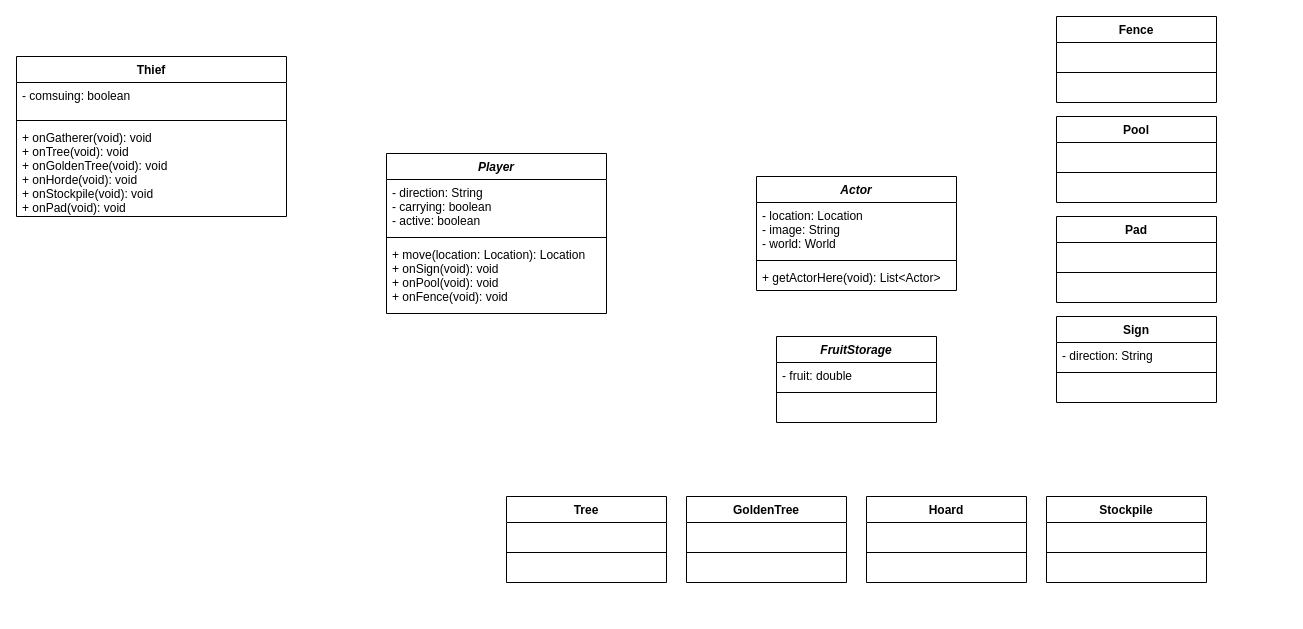
Before: project2A.drawio in li000839/objectOrientedSoftwareDevelopment, a draw.io diagram. Source tidied: cells renumbered, new cells numbered last; positions are measured from the earlier drawing's top-left corner, leaving out a move shared by most shapes. Both pictures are drawn from the tidied source at 100%, with x=0, y=0 at pixel (16, 16).
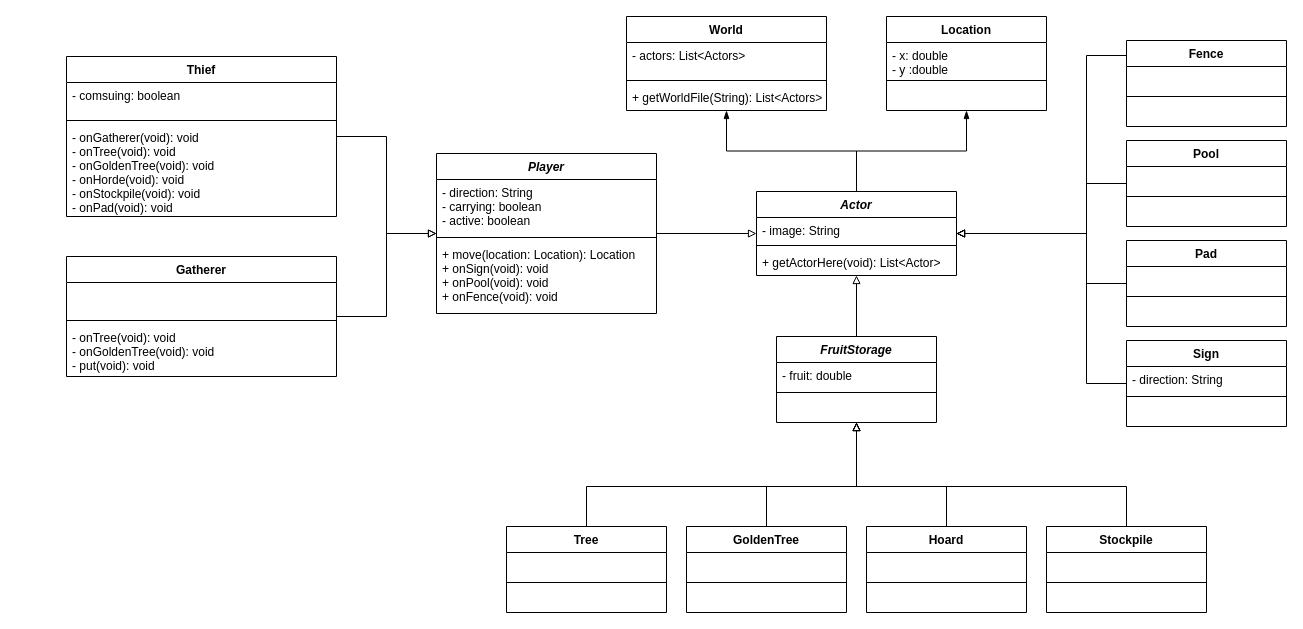
After the change.

The change refers to these unchanged cells:
```xml
<mxCell id="7" value=" " style="text;strokeColor=none;fillColor=none;align=left;verticalAlign=top;spacingLeft=4;spacingRight=4;overflow=hidden;points=[[0,0.5],[1,0.5]];portConstraint=eastwest;" parent="6" vertex="1">
  <mxGeometry y="26" width="160" height="26" as="geometry" />
</mxCell>
```

Diff of the diagram source:
```diff
@@
-    <mxCell id="2" value="Actor" style="swimlane;fontStyle=3;align=center;verticalAlign=top;horizontal=1;startSize=26;" parent="1" vertex="1">
-      <mxGeometry x="740" y="160" width="200" height="114" as="geometry" />
-    </mxCell>
-    <mxCell id="3" value="- location: Location&#10;- image: String&#10;- world: World" style="text;strokeColor=none;fillColor=none;align=left;verticalAlign=top;spacingLeft=4;spacingRight=4;overflow=hidden;" parent="2" vertex="1">
-      <mxGeometry y="26" width="200" height="54" as="geometry" />
-    </mxCell>
-    <mxCell id="4" style="line;strokeWidth=1;fillColor=none;align=left;verticalAlign=middle;spacingTop=-1;spacingLeft=3;spacingRight=3;labelPosition=right;" parent="2" vertex="1">
-      <mxGeometry y="80" width="200" height="8" as="geometry" />
-    </mxCell>
-    <mxCell id="5" value="+ getActorHere(void): List&lt;Actor&gt; " style="text;strokeColor=none;fillColor=none;align=left;verticalAlign=top;spacingLeft=4;spacingRight=4;overflow=hidden;" parent="2" vertex="1">
-      <mxGeometry y="88" width="200" height="26" as="geometry" />
-    </mxCell>
+    <mxCell id="50" style="edgeStyle=orthogonalEdgeStyle;rounded=0;jettySize=auto;html=1;endArrow=blockThin;endFill=1;" parent="1" edge="1" source="2" target="72">
+      <mxGeometry relative="1" as="geometry" />
+    </mxCell>
+    <mxCell id="51" style="edgeStyle=orthogonalEdgeStyle;rounded=0;jettySize=auto;html=1;endArrow=blockThin;endFill=1;" parent="1" edge="1" source="2" target="61">
+      <mxGeometry relative="1" as="geometry" />
+    </mxCell>
+    <mxCell id="52" style="edgeStyle=orthogonalEdgeStyle;rounded=0;jettySize=auto;html=1;endArrow=block;endFill=0;" parent="1" edge="1" source="26" target="38">
+      <mxGeometry relative="1" as="geometry">
+        <Array as="points">
+          <mxPoint x="570" y="470" />
+          <mxPoint x="840" y="470" />
+        </Array>
+      </mxGeometry>
+    </mxCell>
+    <mxCell id="53" style="edgeStyle=orthogonalEdgeStyle;rounded=0;jettySize=auto;html=1;endArrow=block;endFill=0;" parent="1" edge="1" source="38" target="2">
+      <mxGeometry relative="1" as="geometry" />
+    </mxCell>
+    <mxCell id="38" value="FruitStorage" style="swimlane;fontStyle=3;align=center;verticalAlign=top;horizontal=1;startSize=26;" parent="1" vertex="1">
+      <mxGeometry x="760" y="320" width="160" height="86" as="geometry" />
+    </mxCell>
+    <mxCell id="39" value="- fruit: double" style="text;strokeColor=none;fillColor=none;align=left;verticalAlign=top;spacingLeft=4;spacingRight=4;overflow=hidden;" parent="38" vertex="1">
+      <mxGeometry y="26" width="160" height="26" as="geometry" />
+    </mxCell>
+    <mxCell id="40" style="line;strokeWidth=1;fillColor=none;align=left;verticalAlign=middle;spacingTop=-1;spacingLeft=3;spacingRight=3;labelPosition=right;" parent="38" vertex="1">
+      <mxGeometry y="52" width="160" height="8" as="geometry" />
+    </mxCell>
+    <mxCell id="41" value=" " style="text;strokeColor=none;fillColor=none;align=left;verticalAlign=top;spacingLeft=4;spacingRight=4;overflow=hidden;" parent="38" vertex="1">
+      <mxGeometry y="60" width="160" height="26" as="geometry" />
+    </mxCell>
+    <mxCell id="54" style="edgeStyle=orthogonalEdgeStyle;rounded=0;jettySize=auto;html=1;endArrow=block;endFill=0;" parent="1" edge="1" source="46" target="2">
+      <mxGeometry relative="1" as="geometry" />
+    </mxCell>
+    <mxCell id="55" style="edgeStyle=orthogonalEdgeStyle;rounded=0;jettySize=auto;html=1;endArrow=block;endFill=0;" parent="1" edge="1" source="42" target="46">
+      <mxGeometry relative="1" as="geometry" />
+    </mxCell>
+    <mxCell id="42" value="Thief" style="swimlane;fontStyle=1;align=center;verticalAlign=top;horizontal=1;startSize=26;" parent="1" vertex="1">
+      <mxGeometry x="50" y="40" width="270" height="160" as="geometry" />
+    </mxCell>
+    <mxCell id="43" value="- comsuing: boolean" style="text;strokeColor=none;fillColor=none;align=left;verticalAlign=top;spacingLeft=4;spacingRight=4;overflow=hidden;" parent="42" vertex="1">
+      <mxGeometry y="26" width="270" height="34" as="geometry" />
+    </mxCell>
+    <mxCell id="44" style="line;strokeWidth=1;fillColor=none;align=left;verticalAlign=middle;spacingTop=-1;spacingLeft=3;spacingRight=3;labelPosition=right;" parent="42" vertex="1">
+      <mxGeometry y="60" width="270" height="8" as="geometry" />
+    </mxCell>
+    <mxCell id="45" value="- onGatherer(void): void&#10;- onTree(void): void&#10;- onGoldenTree(void): void&#10;- onHorde(void): void&#10;- onStockpile(void): void&#10;- onPad(void): void  " style="text;strokeColor=none;fillColor=none;align=left;verticalAlign=top;spacingLeft=4;spacingRight=4;overflow=hidden;" parent="42" vertex="1">
+      <mxGeometry y="68" width="270" height="92" as="geometry" />
+    </mxCell>
+    <mxCell id="56" style="edgeStyle=orthogonalEdgeStyle;rounded=0;jettySize=auto;html=1;endArrow=block;endFill=0;" parent="1" edge="1" source="57" target="46">
+      <mxGeometry relative="1" as="geometry" />
+    </mxCell>
+    <mxCell id="57" value="Gatherer" style="swimlane;fontStyle=1;align=center;verticalAlign=top;horizontal=1;startSize=26;" parent="1" vertex="1">
+      <mxGeometry x="50" y="240" width="270" height="120" as="geometry" />
+    </mxCell>
+    <mxCell id="58" value=" " style="text;strokeColor=none;fillColor=none;align=left;verticalAlign=top;spacingLeft=4;spacingRight=4;overflow=hidden;" parent="57" vertex="1">
+      <mxGeometry y="26" width="270" height="34" as="geometry" />
+    </mxCell>
+    <mxCell id="59" style="line;strokeWidth=1;fillColor=none;align=left;verticalAlign=middle;spacingTop=-1;spacingLeft=3;spacingRight=3;labelPosition=right;" parent="57" vertex="1">
+      <mxGeometry y="60" width="270" height="8" as="geometry" />
+    </mxCell>
+    <mxCell id="60" value="- onTree(void): void&#10;- onGoldenTree(void): void&#10;- put(void): void" style="text;strokeColor=none;fillColor=none;align=left;verticalAlign=top;spacingLeft=4;spacingRight=4;overflow=hidden;" parent="57" vertex="1">
+      <mxGeometry y="68" width="270" height="52" as="geometry" />
+    </mxCell>
+    <mxCell id="61" value="World" style="swimlane;fontStyle=1;align=center;verticalAlign=top;horizontal=1;startSize=26;" parent="1" vertex="1">
+      <mxGeometry x="610" width="200" height="94" as="geometry" />
+    </mxCell>
+    <mxCell id="62" value="- actors: List&lt;Actors&gt;" style="text;strokeColor=none;fillColor=none;align=left;verticalAlign=top;spacingLeft=4;spacingRight=4;overflow=hidden;" parent="61" vertex="1">
+      <mxGeometry y="26" width="200" height="34" as="geometry" />
+    </mxCell>
+    <mxCell id="63" style="line;strokeWidth=1;fillColor=none;align=left;verticalAlign=middle;spacingTop=-1;spacingLeft=3;spacingRight=3;labelPosition=right;" parent="61" vertex="1">
+      <mxGeometry y="60" width="200" height="8" as="geometry" />
+    </mxCell>
+    <mxCell id="64" value="+ getWorldFile(String): List&lt;Actors&gt;" style="text;strokeColor=none;fillColor=none;align=left;verticalAlign=top;spacingLeft=4;spacingRight=4;overflow=hidden;" parent="61" vertex="1">
+      <mxGeometry y="68" width="200" height="26" as="geometry" />
+    </mxCell>
+    <mxCell id="65" style="edgeStyle=orthogonalEdgeStyle;rounded=0;jettySize=auto;html=1;endArrow=block;endFill=0;" parent="1" edge="1" source="7" target="2">
+      <mxGeometry relative="1" as="geometry">
+        <Array as="points">
+          <mxPoint x="1190" y="39" />
+          <mxPoint x="1070" y="39" />
+          <mxPoint x="1070" y="217" />
+        </Array>
+      </mxGeometry>
+    </mxCell>
     <mxCell id="6" value="Fence" style="swimlane;fontStyle=1;align=center;verticalAlign=top;horizontal=1;startSize=26;" parent="1" vertex="1">
-      <mxGeometry x="1040" width="160" height="86" as="geometry" />
+      <mxGeometry x="1110" y="24" width="160" height="86" as="geometry" />
     </mxCell>
@@
+    <mxCell id="66" style="edgeStyle=orthogonalEdgeStyle;rounded=0;jettySize=auto;html=1;endArrow=block;endFill=0;" parent="1" edge="1" source="10" target="2">
+      <mxGeometry relative="1" as="geometry">
+        <Array as="points">
+          <mxPoint x="1070" y="167" />
+          <mxPoint x="1070" y="217" />
+        </Array>
+      </mxGeometry>
+    </mxCell>
     <mxCell id="10" value="Pool" style="swimlane;fontStyle=1;align=center;verticalAlign=top;horizontal=1;startSize=26;" parent="1" vertex="1">
-      <mxGeometry x="1040" y="100" width="160" height="86" as="geometry" />
+      <mxGeometry x="1110" y="124" width="160" height="86" as="geometry" />
     </mxCell>
@@
+    <mxCell id="67" style="edgeStyle=orthogonalEdgeStyle;rounded=0;jettySize=auto;html=1;endArrow=block;endFill=0;" parent="1" edge="1" source="14" target="2">
+      <mxGeometry relative="1" as="geometry">
+        <Array as="points">
+          <mxPoint x="1070" y="267" />
+          <mxPoint x="1070" y="217" />
+        </Array>
+      </mxGeometry>
+    </mxCell>
     <mxCell id="14" value="Pad" style="swimlane;fontStyle=1;align=center;verticalAlign=top;horizontal=1;startSize=26;" parent="1" vertex="1">
-      <mxGeometry x="1040" y="200" width="160" height="86" as="geometry" />
+      <mxGeometry x="1110" y="224" width="160" height="86" as="geometry" />
     </mxCell>
@@
+    <mxCell id="68" style="edgeStyle=orthogonalEdgeStyle;rounded=0;jettySize=auto;html=1;endArrow=block;endFill=0;" parent="1" edge="1" source="34" target="2">
+      <mxGeometry relative="1" as="geometry">
+        <Array as="points">
+          <mxPoint x="1070" y="367" />
+          <mxPoint x="1070" y="217" />
+        </Array>
+      </mxGeometry>
+    </mxCell>
+    <mxCell id="34" value="Sign" style="swimlane;fontStyle=1;align=center;verticalAlign=top;horizontal=1;startSize=26;" parent="1" vertex="1">
+      <mxGeometry x="1110" y="324" width="160" height="86" as="geometry" />
+    </mxCell>
+    <mxCell id="35" value="- direction: String" style="text;strokeColor=none;fillColor=none;align=left;verticalAlign=top;spacingLeft=4;spacingRight=4;overflow=hidden;" parent="34" vertex="1">
+      <mxGeometry y="26" width="160" height="26" as="geometry" />
+    </mxCell>
+    <mxCell id="36" style="line;strokeWidth=1;fillColor=none;align=left;verticalAlign=middle;spacingTop=-1;spacingLeft=3;spacingRight=3;labelPosition=right;" parent="34" vertex="1">
+      <mxGeometry y="52" width="160" height="8" as="geometry" />
+    </mxCell>
+    <mxCell id="37" value=" " style="text;strokeColor=none;fillColor=none;align=left;verticalAlign=top;spacingLeft=4;spacingRight=4;overflow=hidden;" parent="34" vertex="1">
+      <mxGeometry y="60" width="160" height="26" as="geometry" />
+    </mxCell>
+    <mxCell id="69" style="edgeStyle=orthogonalEdgeStyle;rounded=0;jettySize=auto;html=1;endArrow=block;endFill=0;" parent="1" edge="1" source="18" target="38">
+      <mxGeometry relative="1" as="geometry">
+        <Array as="points">
+          <mxPoint x="930" y="470" />
+          <mxPoint x="840" y="470" />
+        </Array>
+      </mxGeometry>
+    </mxCell>
     <mxCell id="18" value="Hoard" style="swimlane;fontStyle=1;align=center;verticalAlign=top;horizontal=1;startSize=26;" parent="1" vertex="1">
-      <mxGeometry x="850" y="480" width="160" height="86" as="geometry" />
+      <mxGeometry x="850" y="510" width="160" height="86" as="geometry" />
     </mxCell>
@@
+    <mxCell id="70" style="edgeStyle=orthogonalEdgeStyle;rounded=0;jettySize=auto;html=1;endArrow=block;endFill=0;" parent="1" edge="1" source="22" target="38">
+      <mxGeometry relative="1" as="geometry">
+        <Array as="points">
+          <mxPoint x="750" y="470" />
+          <mxPoint x="840" y="470" />
+        </Array>
+      </mxGeometry>
+    </mxCell>
     <mxCell id="22" value="GoldenTree" style="swimlane;fontStyle=1;align=center;verticalAlign=top;horizontal=1;startSize=26;" parent="1" vertex="1">
-      <mxGeometry x="670" y="480" width="160" height="86" as="geometry" />
+      <mxGeometry x="670" y="510" width="160" height="86" as="geometry" />
     </mxCell>
@@
     <mxCell id="26" value="Tree" style="swimlane;fontStyle=1;align=center;verticalAlign=top;horizontal=1;startSize=26;" parent="1" vertex="1">
-      <mxGeometry x="490" y="480" width="160" height="86" as="geometry" />
+      <mxGeometry x="490" y="510" width="160" height="86" as="geometry" />
     </mxCell>
@@
+    <mxCell id="71" style="edgeStyle=orthogonalEdgeStyle;rounded=0;jettySize=auto;html=1;endArrow=block;endFill=0;" parent="1" edge="1" source="30" target="38">
+      <mxGeometry relative="1" as="geometry">
+        <Array as="points">
+          <mxPoint x="1110" y="470" />
+          <mxPoint x="840" y="470" />
+        </Array>
+      </mxGeometry>
+    </mxCell>
     <mxCell id="30" value="Stockpile" style="swimlane;fontStyle=1;align=center;verticalAlign=top;horizontal=1;startSize=26;" parent="1" vertex="1">
-      <mxGeometry x="1030" y="480" width="160" height="86" as="geometry" />
+      <mxGeometry x="1030" y="510" width="160" height="86" as="geometry" />
     </mxCell>
@@
-    <mxCell id="34" value="Sign" style="swimlane;fontStyle=1;align=center;verticalAlign=top;horizontal=1;startSize=26;" parent="1" vertex="1">
-      <mxGeometry x="1040" y="300" width="160" height="86" as="geometry" />
-    </mxCell>
-    <mxCell id="35" value="- direction: String" style="text;strokeColor=none;fillColor=none;align=left;verticalAlign=top;spacingLeft=4;spacingRight=4;overflow=hidden;" parent="34" vertex="1">
-      <mxGeometry y="26" width="160" height="26" as="geometry" />
-    </mxCell>
-    <mxCell id="36" style="line;strokeWidth=1;fillColor=none;align=left;verticalAlign=middle;spacingTop=-1;spacingLeft=3;spacingRight=3;labelPosition=right;" parent="34" vertex="1">
-      <mxGeometry y="52" width="160" height="8" as="geometry" />
-    </mxCell>
-    <mxCell id="37" value=" " style="text;strokeColor=none;fillColor=none;align=left;verticalAlign=top;spacingLeft=4;spacingRight=4;overflow=hidden;" parent="34" vertex="1">
-      <mxGeometry y="60" width="160" height="26" as="geometry" />
-    </mxCell>
-    <mxCell id="38" value="FruitStorage" style="swimlane;fontStyle=3;align=center;verticalAlign=top;horizontal=1;startSize=26;" parent="1" vertex="1">
-      <mxGeometry x="760" y="320" width="160" height="86" as="geometry" />
-    </mxCell>
-    <mxCell id="39" value="- fruit: double" style="text;strokeColor=none;fillColor=none;align=left;verticalAlign=top;spacingLeft=4;spacingRight=4;overflow=hidden;" parent="38" vertex="1">
-      <mxGeometry y="26" width="160" height="26" as="geometry" />
-    </mxCell>
-    <mxCell id="40" style="line;strokeWidth=1;fillColor=none;align=left;verticalAlign=middle;spacingTop=-1;spacingLeft=3;spacingRight=3;labelPosition=right;" parent="38" vertex="1">
-      <mxGeometry y="52" width="160" height="8" as="geometry" />
-    </mxCell>
-    <mxCell id="41" value=" " style="text;strokeColor=none;fillColor=none;align=left;verticalAlign=top;spacingLeft=4;spacingRight=4;overflow=hidden;" parent="38" vertex="1">
-      <mxGeometry y="60" width="160" height="26" as="geometry" />
-    </mxCell>
-    <mxCell id="42" value="Thief" style="swimlane;fontStyle=1;align=center;verticalAlign=top;horizontal=1;startSize=26;" parent="1" vertex="1">
-      <mxGeometry y="40" width="270" height="160" as="geometry" />
-    </mxCell>
-    <mxCell id="43" value="- comsuing: boolean" style="text;strokeColor=none;fillColor=none;align=left;verticalAlign=top;spacingLeft=4;spacingRight=4;overflow=hidden;" parent="42" vertex="1">
-      <mxGeometry y="26" width="270" height="34" as="geometry" />
-    </mxCell>
-    <mxCell id="44" style="line;strokeWidth=1;fillColor=none;align=left;verticalAlign=middle;spacingTop=-1;spacingLeft=3;spacingRight=3;labelPosition=right;" parent="42" vertex="1">
-      <mxGeometry y="60" width="270" height="8" as="geometry" />
-    </mxCell>
-    <mxCell id="45" value="+ onGatherer(void): void&#10;+ onTree(void): void&#10;+ onGoldenTree(void): void&#10;+ onHorde(void): void&#10;+ onStockpile(void): void&#10;+ onPad(void): void  " style="text;strokeColor=none;fillColor=none;align=left;verticalAlign=top;spacingLeft=4;spacingRight=4;overflow=hidden;" parent="42" vertex="1">
-      <mxGeometry y="68" width="270" height="92" as="geometry" />
-    </mxCell>
     <mxCell id="46" value="Player" style="swimlane;fontStyle=3;align=center;verticalAlign=top;horizontal=1;startSize=26;" parent="1" vertex="1">
-      <mxGeometry x="370" y="137" width="220" height="160" as="geometry" />
+      <mxGeometry x="420" y="137" width="220" height="160" as="geometry" />
     </mxCell>
@@
+    <mxCell id="2" value="Actor" style="swimlane;fontStyle=3;align=center;verticalAlign=top;horizontal=1;startSize=26;" parent="1" vertex="1">
+      <mxGeometry x="740" y="175" width="200" height="84" as="geometry" />
+    </mxCell>
+    <mxCell id="3" value="- image: String" style="text;strokeColor=none;fillColor=none;align=left;verticalAlign=top;spacingLeft=4;spacingRight=4;overflow=hidden;" parent="2" vertex="1">
+      <mxGeometry y="26" width="200" height="24" as="geometry" />
+    </mxCell>
+    <mxCell id="4" style="line;strokeWidth=1;fillColor=none;align=left;verticalAlign=middle;spacingTop=-1;spacingLeft=3;spacingRight=3;labelPosition=right;" parent="2" vertex="1">
+      <mxGeometry y="50" width="200" height="8" as="geometry" />
+    </mxCell>
+    <mxCell id="5" value="+ getActorHere(void): List&lt;Actor&gt; " style="text;strokeColor=none;fillColor=none;align=left;verticalAlign=top;spacingLeft=4;spacingRight=4;overflow=hidden;" parent="2" vertex="1">
+      <mxGeometry y="58" width="200" height="26" as="geometry" />
+    </mxCell>
+    <mxCell id="72" value="Location" style="swimlane;fontStyle=1;align=center;verticalAlign=top;horizontal=1;startSize=26;" parent="1" vertex="1">
+      <mxGeometry x="870" width="160" height="94" as="geometry" />
+    </mxCell>
+    <mxCell id="73" value="- x: double&#10;- y :double" style="text;strokeColor=none;fillColor=none;align=left;verticalAlign=top;spacingLeft=4;spacingRight=4;overflow=hidden;" parent="72" vertex="1">
+      <mxGeometry y="26" width="160" height="34" as="geometry" />
+    </mxCell>
+    <mxCell id="74" style="line;strokeWidth=1;fillColor=none;align=left;verticalAlign=middle;spacingTop=-1;spacingLeft=3;spacingRight=3;labelPosition=right;" parent="72" vertex="1">
+      <mxGeometry y="60" width="160" height="8" as="geometry" />
+    </mxCell>
+    <mxCell id="75" value=" " style="text;strokeColor=none;fillColor=none;align=left;verticalAlign=top;spacingLeft=4;spacingRight=4;overflow=hidden;" parent="72" vertex="1">
+      <mxGeometry y="68" width="160" height="26" as="geometry" />
+    </mxCell>
```
